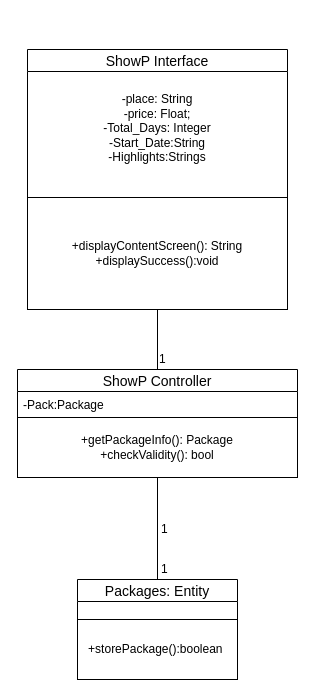
Earlier version of the draw.io diagram page "Show Package" (4 of 4) of Travel Managemet System/Search Packages Class Diagram.drawio (shreyzo/Travel-Management-System). Source tidied: cells renumbered, new cells numbered last; positions are measured from the earlier drawing's top-left corner, leaving out a move shared by most shapes. Both pictures are drawn from the tidied source at 100%, with x=0, y=0 at pixel (17, 49).
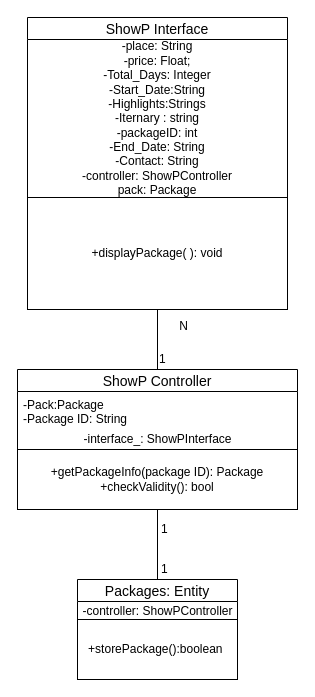
The same page after the edit.

What changed in the source:
```diff
@@
 <mxGraphModel>
   <root>
     <mxCell id="0" />
     <mxCell id="1" parent="0" />
     <mxCell id="2" value="ShowP Interface" style="swimlane;fontStyle=0;horizontal=1;startSize=22;fillColor=none;swimlaneFillColor=#ffffff;align=center;fontSize=14;" parent="1" vertex="1">
-      <mxGeometry x="10" width="260" height="150" as="geometry" />
+      <mxGeometry x="10" y="-32" width="260" height="180" as="geometry" />
     </mxCell>
-    <mxCell id="3" value="-place: String&lt;br&gt;-price: Float;&lt;br&gt;-Total_Days: Integer&lt;br&gt;-Start_Date:String&lt;br&gt;-Highlights:Strings&lt;br&gt;&lt;br&gt;" style="text;html=1;strokeColor=none;fillColor=none;align=center;verticalAlign=middle;whiteSpace=wrap;rounded=0;" parent="2" vertex="1">
-      <mxGeometry y="22" width="260" height="128" as="geometry" />
-    </mxCell>
+    <mxCell id="15" value="-place: String&lt;br&gt;-price: Float;&lt;br&gt;-Total_Days: Integer&lt;br&gt;-Start_Date:String&lt;br&gt;-Highlights:Strings&lt;br&gt;-Iternary : string&lt;br&gt;-packageID: int&lt;br&gt;-End_Date: String&lt;br&gt;-Contact: String&lt;br&gt;-controller: ShowPController&lt;br&gt;pack: Package" style="text;html=1;strokeColor=none;fillColor=none;align=center;verticalAlign=middle;whiteSpace=wrap;rounded=0;" parent="2" vertex="1">
+      <mxGeometry y="22" width="260" height="158" as="geometry" />
+    </mxCell>
     <mxCell id="4" value="ShowP Controller" style="swimlane;fontStyle=0;horizontal=1;startSize=22;fillColor=none;swimlaneFillColor=#ffffff;align=center;fontSize=14;" parent="1" vertex="1">
-      <mxGeometry y="320" width="280" height="108" as="geometry" />
+      <mxGeometry y="320" width="280" height="140" as="geometry" />
     </mxCell>
-    <mxCell id="5" value="-Pack:Package" style="text;strokeColor=none;fillColor=none;spacingLeft=4;spacingRight=4;overflow=hidden;fontSize=12;" parent="4" vertex="1">
-      <mxGeometry y="22" width="280" height="26" as="geometry" />
+    <mxCell id="5" value="-Pack:Package&#10;-Package ID: String" style="text;strokeColor=none;fillColor=none;spacingLeft=4;spacingRight=4;overflow=hidden;fontSize=12;" parent="4" vertex="1">
+      <mxGeometry y="22" width="280" height="38" as="geometry" />
     </mxCell>
+    <mxCell id="16" value="-interface_: ShowPInterface" style="text;html=1;align=center;verticalAlign=middle;" parent="4" vertex="1">
+      <mxGeometry y="60" width="280" height="20" as="geometry" />
+    </mxCell>
-    <mxCell id="6" value="+getPackageInfo(): Package&lt;br&gt;+checkValidity(): bool" style="rounded=0;whiteSpace=wrap;html=1;" parent="4" vertex="1">
-      <mxGeometry y="48" width="280" height="60" as="geometry" />
+    <mxCell id="6" value="+getPackageInfo(package ID): Package&lt;br&gt;+checkValidity(): bool" style="rounded=0;whiteSpace=wrap;html=1;" parent="4" vertex="1">
+      <mxGeometry y="80" width="280" height="60" as="geometry" />
     </mxCell>
     <mxCell id="7" value="Packages: Entity" style="swimlane;fontStyle=0;horizontal=1;startSize=22;fillColor=none;swimlaneFillColor=#ffffff;align=center;fontSize=14;" parent="1" vertex="1">
-      <mxGeometry x="60" y="530" width="160" height="40" as="geometry" />
+      <mxGeometry x="60" y="530" width="160" height="42" as="geometry" />
     </mxCell>
+    <mxCell id="17" value="-controller: ShowPController" style="text;html=1;align=center;verticalAlign=middle;" parent="7" vertex="1">
+      <mxGeometry y="22" width="160" height="20" as="geometry" />
+    </mxCell>
     <mxCell id="8" style="endArrow=none;html=1;exitX=0.5;exitY=0;exitDx=0;exitDy=0;entryX=0.5;entryY=1;entryDx=0;entryDy=0;" parent="1" edge="1" source="7" target="6">
       <mxGeometry relative="1" as="geometry" />
     </mxCell>
     <mxCell id="9" style="endArrow=none;html=1;exitX=0.5;exitY=0;exitDx=0;exitDy=0;entryX=0.5;entryY=1;entryDx=0;entryDy=0;" parent="1" edge="1" source="4" target="13">
       <mxGeometry relative="1" as="geometry" />
     </mxCell>
     <mxCell id="10" value="1" style="text;html=1;align=left;verticalAlign=top;spacingTop=-4;" parent="1" vertex="1">
       <mxGeometry x="140" y="300" width="20" height="20" as="geometry" />
     </mxCell>
     <mxCell id="11" value="1" style="text;html=1;align=left;verticalAlign=top;spacingTop=-4;" parent="1" vertex="1">
       <mxGeometry x="141.5" y="510" width="20" height="20" as="geometry" />
     </mxCell>
     <mxCell id="12" value="1" style="text;html=1;align=left;verticalAlign=top;spacingTop=-4;" parent="1" vertex="1">
       <mxGeometry x="141.5" y="470" width="20" height="20" as="geometry" />
     </mxCell>
-    <mxCell id="13" value="+displayContentScreen(): String&lt;br&gt;+displaySuccess():void" style="rounded=0;whiteSpace=wrap;html=1;" parent="1" vertex="1">
+    <mxCell id="13" value="+displayPackage( ): void" style="rounded=0;whiteSpace=wrap;html=1;" parent="1" vertex="1">
       <mxGeometry x="10" y="148" width="260" height="112" as="geometry" />
     </mxCell>
     <mxCell id="14" value="+storePackage():boolean&amp;nbsp;" style="rounded=0;whiteSpace=wrap;html=1;" parent="1" vertex="1">
       <mxGeometry x="60" y="570" width="160" height="60" as="geometry" />
     </mxCell>
+    <mxCell id="18" value="N" style="text;html=1;align=center;verticalAlign=middle;" parent="1" vertex="1">
+      <mxGeometry x="156" y="267" width="20" height="20" as="geometry" />
+    </mxCell>
   </root>
 </mxGraphModel>
```
